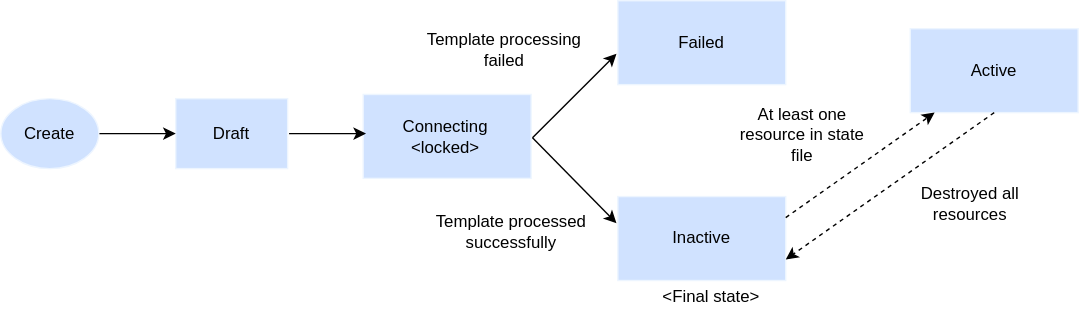
ibm-cloud-docs/schematics keeps this draw.io diagram as images/createworkspace.svg. Above is the earlier version. Source tidied: cells renumbered, new cells last; positions are measured from the earlier drawing's top-left corner, leaving out a move shared by most shapes.
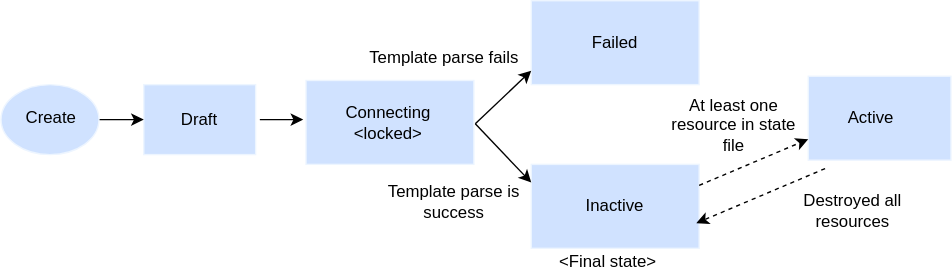
The same file after the commit.

Change to the diagram source:
```diff
@@ -2,85 +2,87 @@
   <root>
     <mxCell id="0" />
     <mxCell id="1" parent="0" />
-    <mxCell id="2" style="rounded=0;whiteSpace=wrap;html=1;fillColor=#d0e2ff;strokeColor=#edf5ff;" parent="1" vertex="1">
-      <mxGeometry x="125" y="70" width="80" height="50" as="geometry" />
-    </mxCell>
-    <mxCell id="3" style="rounded=0;whiteSpace=wrap;html=1;fillColor=#d0e2ff;strokeColor=#edf5ff;" parent="1" vertex="1">
-      <mxGeometry x="441" y="140" width="120" height="60" as="geometry" />
-    </mxCell>
-    <mxCell id="4" style="rounded=0;whiteSpace=wrap;html=1;fillColor=#d0e2ff;strokeColor=#edf5ff;" parent="1" vertex="1">
-      <mxGeometry x="650" y="20" width="120" height="60" as="geometry" />
-    </mxCell>
-    <mxCell id="5" style="rounded=0;whiteSpace=wrap;html=1;fillColor=#d0e2ff;strokeColor=#edf5ff;" parent="1" vertex="1">
-      <mxGeometry x="441" width="120" height="60" as="geometry" />
-    </mxCell>
+    <mxCell id="25" style="rounded=0;whiteSpace=wrap;html=1;fillColor=#d0e2ff;strokeColor=#edf5ff;" parent="1" vertex="1">
+      <mxGeometry x="143" y="70" width="80" height="50" as="geometry" />
+    </mxCell>
+    <mxCell id="26" style="rounded=0;whiteSpace=wrap;html=1;fillColor=#d0e2ff;strokeColor=#edf5ff;" parent="1" vertex="1">
+      <mxGeometry x="420" y="127" width="120" height="60" as="geometry" />
+    </mxCell>
+    <mxCell id="27" style="rounded=0;whiteSpace=wrap;html=1;fillColor=#d0e2ff;strokeColor=#edf5ff;" parent="1" vertex="1">
+      <mxGeometry x="618" y="64" width="102" height="60" as="geometry" />
+    </mxCell>
+    <mxCell id="28" style="rounded=0;whiteSpace=wrap;html=1;fillColor=#d0e2ff;strokeColor=#edf5ff;" parent="1" vertex="1">
+      <mxGeometry x="420" y="10" width="120" height="60" as="geometry" />
+    </mxCell>
     <mxCell id="6" style="rounded=0;whiteSpace=wrap;html=1;fillColor=#d0e2ff;strokeColor=#edf5ff;" parent="1" vertex="1">
       <mxGeometry x="259" y="67" width="120" height="60" as="geometry" />
     </mxCell>
-    <mxCell id="7" style="edgeStyle=orthogonalEdgeStyle;rounded=0;jettySize=auto;html=1;entryX=0;entryY=0.5;entryDx=0;entryDy=0;" parent="1" edge="1" source="8" target="2">
-      <mxGeometry relative="1" as="geometry" />
-    </mxCell>
-    <mxCell id="8" style="ellipse;whiteSpace=wrap;html=1;strokeColor=#edf5ff;fillColor=#D0E2FF;" parent="1" vertex="1">
-      <mxGeometry y="70" width="70" height="50" as="geometry" />
-    </mxCell>
+    <mxCell id="29" style="edgeStyle=orthogonalEdgeStyle;rounded=0;jettySize=auto;html=1;entryX=0;entryY=0.5;entryDx=0;entryDy=0;" parent="1" edge="1" target="25">
+      <mxGeometry relative="1" as="geometry">
+        <mxPoint x="108" y="95" as="sourcePoint" />
+      </mxGeometry>
+    </mxCell>
+    <mxCell id="30" style="ellipse;whiteSpace=wrap;html=1;strokeColor=#edf5ff;fillColor=#D0E2FF;" parent="1" vertex="1">
+      <mxGeometry x="41" y="70" width="70" height="50" as="geometry" />
+    </mxCell>
     <mxCell id="9" value="&lt;font face=&quot;Arial&quot; style=&quot;font-size: 12px&quot;&gt;Create&lt;/font&gt;" style="text;html=1;strokeColor=none;fillColor=none;align=center;verticalAlign=middle;whiteSpace=wrap;rounded=0;" parent="1" vertex="1">
-      <mxGeometry x="10" y="85" width="50" height="20" as="geometry" />
+      <mxGeometry x="52" y="84" width="50" height="20" as="geometry" />
     </mxCell>
     <mxCell id="10" value="&lt;font face=&quot;Arial&quot; style=&quot;font-size: 12px&quot;&gt;Active&lt;/font&gt;" style="text;html=1;strokeColor=none;fillColor=none;align=center;verticalAlign=middle;whiteSpace=wrap;rounded=0;" parent="1" vertex="1">
-      <mxGeometry x="675" y="40" width="70" height="20" as="geometry" />
+      <mxGeometry x="628" y="84" width="70" height="20" as="geometry" />
     </mxCell>
     <mxCell id="11" value="&lt;font face=&quot;Arial&quot; style=&quot;font-size: 12px&quot;&gt;Failed&lt;/font&gt;" style="text;html=1;strokeColor=none;fillColor=none;align=center;verticalAlign=middle;whiteSpace=wrap;rounded=0;" parent="1" vertex="1">
-      <mxGeometry x="466" y="20" width="70" height="20" as="geometry" />
+      <mxGeometry x="445" y="30" width="70" height="20" as="geometry" />
     </mxCell>
     <mxCell id="12" value="&lt;font face=&quot;Arial&quot; style=&quot;font-size: 12px&quot;&gt;Connecting&lt;br&gt;&amp;lt;locked&amp;gt;&lt;br&gt;&lt;/font&gt;" style="text;html=1;strokeColor=none;fillColor=none;align=center;verticalAlign=middle;whiteSpace=wrap;rounded=0;" parent="1" vertex="1">
       <mxGeometry x="283" y="87" width="70" height="20" as="geometry" />
     </mxCell>
     <mxCell id="13" value="&lt;font face=&quot;Arial&quot; style=&quot;font-size: 12px&quot;&gt;Inactive&lt;/font&gt;" style="text;html=1;strokeColor=none;fillColor=none;align=center;verticalAlign=middle;whiteSpace=wrap;rounded=0;" parent="1" vertex="1">
-      <mxGeometry x="466" y="160" width="70" height="20" as="geometry" />
+      <mxGeometry x="445" y="147" width="70" height="20" as="geometry" />
     </mxCell>
-    <mxCell id="14" style="edgeStyle=orthogonalEdgeStyle;rounded=0;orthogonalLoop=1;jettySize=auto;html=1;" parent="1" edge="1">
-      <mxGeometry relative="1" as="geometry">
-        <mxPoint x="206" y="95" as="sourcePoint" />
-        <mxPoint x="261" y="95" as="targetPoint" />
-      </mxGeometry>
-    </mxCell>
+    <mxCell id="31" style="edgeStyle=orthogonalEdgeStyle;rounded=0;orthogonalLoop=1;jettySize=auto;html=1;" parent="1" edge="1">
+      <mxGeometry relative="1" as="geometry">
+        <mxPoint x="226" y="95" as="sourcePoint" />
+        <mxPoint x="257" y="95" as="targetPoint" />
+      </mxGeometry>
+    </mxCell>
     <mxCell id="15" value="&lt;font face=&quot;Arial&quot;&gt;Draft&lt;/font&gt;" style="text;html=1;strokeColor=none;fillColor=none;align=center;verticalAlign=middle;whiteSpace=wrap;rounded=0;" parent="1" vertex="1">
-      <mxGeometry x="135" y="85" width="60" height="20" as="geometry" />
+      <mxGeometry x="153" y="85" width="60" height="20" as="geometry" />
     </mxCell>
-    <mxCell id="16" value="&lt;font face=&quot;Arial&quot; style=&quot;font-size: 12px&quot;&gt;Template processed successfully&lt;br&gt;&lt;/font&gt;" style="text;html=1;strokeColor=none;fillColor=none;align=center;verticalAlign=middle;whiteSpace=wrap;rounded=0;" parent="1" vertex="1">
-      <mxGeometry x="305" y="150" width="120" height="30" as="geometry" />
-    </mxCell>
-    <mxCell id="17" value="&lt;font face=&quot;Arial&quot; style=&quot;font-size: 12px&quot;&gt;Template processing failed&lt;br&gt;&lt;/font&gt;" style="text;html=1;strokeColor=none;fillColor=none;align=center;verticalAlign=middle;whiteSpace=wrap;rounded=0;" parent="1" vertex="1">
-      <mxGeometry x="300" y="20" width="120" height="30" as="geometry" />
-    </mxCell>
+    <mxCell id="32" value="&lt;font face=&quot;Arial&quot; style=&quot;font-size: 12px&quot;&gt;Template parse is success&lt;br&gt;&lt;/font&gt;" style="text;html=1;strokeColor=none;fillColor=none;align=center;verticalAlign=middle;whiteSpace=wrap;rounded=0;" parent="1" vertex="1">
+      <mxGeometry x="305" y="139" width="120" height="30" as="geometry" />
+    </mxCell>
+    <mxCell id="33" value="&lt;font face=&quot;Arial&quot; style=&quot;font-size: 12px&quot;&gt;Template parse fails&lt;br&gt;&lt;/font&gt;" style="text;html=1;strokeColor=none;fillColor=none;align=center;verticalAlign=middle;whiteSpace=wrap;rounded=0;" parent="1" vertex="1">
+      <mxGeometry x="298" y="36" width="120" height="30" as="geometry" />
+    </mxCell>
     <mxCell id="18" value="&lt;font face=&quot;Arial&quot; style=&quot;font-size: 12px&quot;&gt;Destroyed all resources&lt;br&gt;&lt;/font&gt;" style="text;html=1;strokeColor=none;fillColor=none;align=center;verticalAlign=middle;whiteSpace=wrap;rounded=0;" parent="1" vertex="1">
-      <mxGeometry x="638" y="130" width="110" height="30" as="geometry" />
+      <mxGeometry x="595" y="145" width="110" height="30" as="geometry" />
     </mxCell>
     <mxCell id="19" value="&lt;font face=&quot;Arial&quot; style=&quot;font-size: 12px&quot;&gt;At least one resource in state file&lt;br&gt;&lt;/font&gt;" style="text;html=1;strokeColor=none;fillColor=none;align=center;verticalAlign=middle;whiteSpace=wrap;rounded=0;" parent="1" vertex="1">
-      <mxGeometry x="520" y="78" width="106" height="35" as="geometry" />
+      <mxGeometry x="512" y="81" width="106" height="35" as="geometry" />
     </mxCell>
-    <mxCell id="20" style="html=1;labelBackgroundColor=#ffffff;endArrow=classic;endFill=1;endSize=6;jettySize=auto;orthogonalLoop=1;strokeWidth=1;fontSize=14;" parent="1" edge="1">
-      <mxGeometry relative="1" as="geometry">
-        <mxPoint x="380" y="98" as="sourcePoint" />
-        <mxPoint x="440" y="38" as="targetPoint" />
-      </mxGeometry>
-    </mxCell>
-    <mxCell id="21" style="html=1;labelBackgroundColor=#ffffff;endArrow=classic;endFill=1;endSize=6;jettySize=auto;orthogonalLoop=1;strokeWidth=1;fontSize=14;" parent="1" edge="1">
-      <mxGeometry relative="1" as="geometry">
-        <mxPoint x="380" y="98" as="sourcePoint" />
-        <mxPoint x="440" y="159" as="targetPoint" />
-      </mxGeometry>
-    </mxCell>
-    <mxCell id="22" style="html=1;labelBackgroundColor=#ffffff;endArrow=classic;endFill=1;endSize=6;jettySize=auto;strokeWidth=1;fontSize=14;exitX=1;exitY=0.25;exitDx=0;exitDy=0;dashed=1;" parent="1" edge="1" source="3" target="4">
-      <mxGeometry relative="1" as="geometry" />
-    </mxCell>
-    <mxCell id="23" style="html=1;labelBackgroundColor=#ffffff;endArrow=classic;endFill=1;endSize=6;jettySize=auto;strokeWidth=1;fontSize=14;exitX=0.5;exitY=1;exitDx=0;exitDy=0;dashed=1;" parent="1" edge="1" source="4">
-      <mxGeometry relative="1" as="geometry">
-        <mxPoint x="561" y="185" as="targetPoint" />
-      </mxGeometry>
-    </mxCell>
+    <mxCell id="34" style="html=1;labelBackgroundColor=#ffffff;endArrow=classic;endFill=1;endSize=6;jettySize=auto;orthogonalLoop=1;strokeWidth=1;fontSize=14;" parent="1" edge="1">
+      <mxGeometry relative="1" as="geometry">
+        <mxPoint x="380" y="98" as="sourcePoint" />
+        <mxPoint x="420" y="60" as="targetPoint" />
+      </mxGeometry>
+    </mxCell>
+    <mxCell id="35" style="html=1;labelBackgroundColor=#ffffff;endArrow=classic;endFill=1;endSize=6;jettySize=auto;orthogonalLoop=1;strokeWidth=1;fontSize=14;" parent="1" edge="1">
+      <mxGeometry relative="1" as="geometry">
+        <mxPoint x="380" y="98" as="sourcePoint" />
+        <mxPoint x="420" y="140" as="targetPoint" />
+      </mxGeometry>
+    </mxCell>
+    <mxCell id="36" style="html=1;labelBackgroundColor=#ffffff;endArrow=classic;endFill=1;endSize=6;jettySize=auto;strokeWidth=1;fontSize=14;exitX=1;exitY=0.25;exitDx=0;exitDy=0;dashed=1;entryX=0;entryY=0.75;entryDx=0;entryDy=0;" parent="1" edge="1" source="26" target="27">
+      <mxGeometry relative="1" as="geometry" />
+    </mxCell>
+    <mxCell id="37" style="html=1;labelBackgroundColor=#ffffff;endArrow=classic;endFill=1;endSize=6;jettySize=auto;strokeWidth=1;fontSize=14;dashed=1;exitX=0.118;exitY=1.1;exitDx=0;exitDy=0;exitPerimeter=0;" parent="1" edge="1" source="27">
+      <mxGeometry relative="1" as="geometry">
+        <mxPoint x="538" y="169" as="targetPoint" />
+      </mxGeometry>
+    </mxCell>
     <mxCell id="24" value="&lt;font face=&quot;Arial&quot; style=&quot;font-size: 12px&quot;&gt;&amp;lt;Final state&amp;gt;&lt;/font&gt;" style="text;html=1;strokeColor=none;fillColor=none;align=center;verticalAlign=middle;whiteSpace=wrap;rounded=0;" parent="1" vertex="1">
-      <mxGeometry x="466" y="202" width="84" height="20" as="geometry" />
+      <mxGeometry x="433" y="187" width="84" height="20" as="geometry" />
     </mxCell>
   </root>
 </mxGraphModel>
```
